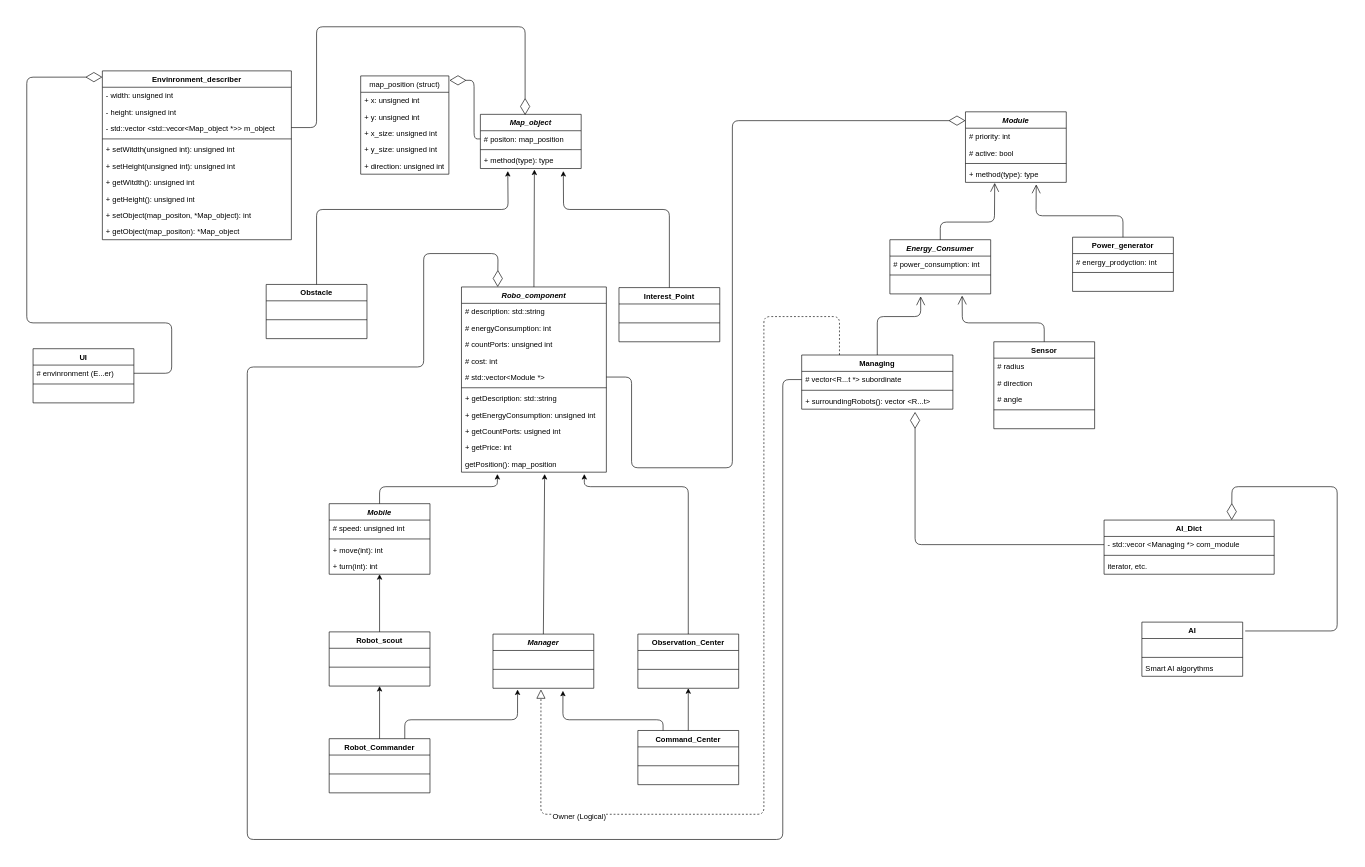
Above: etc/diagram.drawio in manturovDan/Mobile-Robots (draw.io), before the change. Source tidied: cells renumbered, new cells numbered last; positions are measured from the earlier drawing's top-left corner, leaving out a move shared by most shapes. Both pictures are drawn from the tidied source at 63%, with x=0, y=0 at pixel (26, 26).
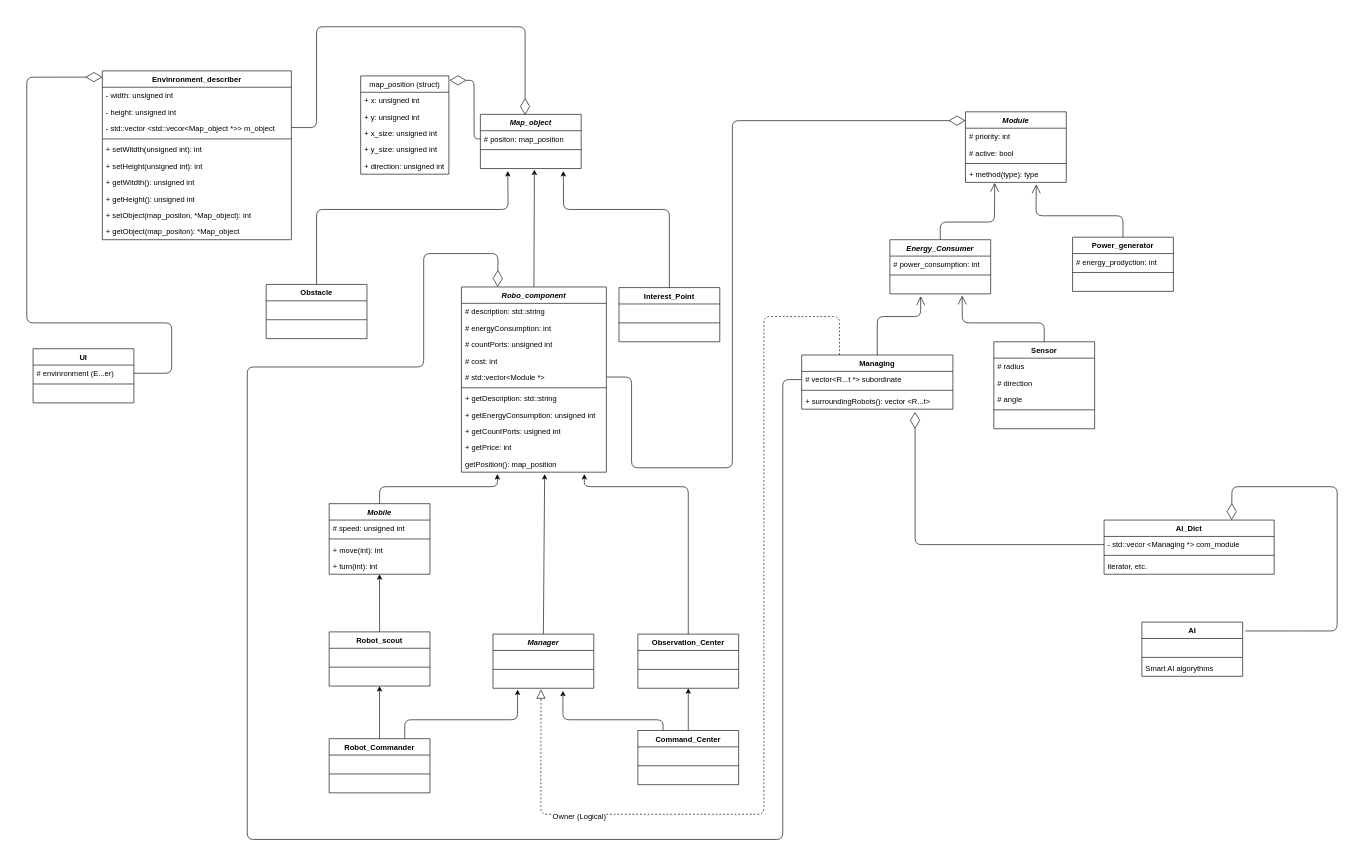
The same page after the edit.

Unchanged cells that the change refers to:
```xml
<mxCell id="2" value="Envinronment_describer" style="swimlane;fontStyle=1;align=center;verticalAlign=top;horizontal=1;startSize=26;" parent="1" vertex="1">
  <mxGeometry x="120" y="70" width="300" height="268" as="geometry" />
</mxCell>
<mxCell id="13" value="Map_object" style="swimlane;fontStyle=3;align=center;verticalAlign=top;horizontal=1;startSize=26;" parent="1" vertex="1">
  <mxGeometry x="720" y="139" width="160" height="86" as="geometry" />
</mxCell>
```

Diff of the diagram source:
```diff
@@
-    <mxCell id="7" value="+ setWitdth(unsigned int): unsigned int" style="text;strokeColor=none;fillColor=none;align=left;verticalAlign=top;spacingLeft=4;spacingRight=4;overflow=hidden;" parent="2" vertex="1">
+    <mxCell id="7" value="+ setWitdth(unsigned int): int" style="text;strokeColor=none;fillColor=none;align=left;verticalAlign=top;spacingLeft=4;spacingRight=4;overflow=hidden;" parent="2" vertex="1">
       <mxGeometry y="112" width="300" height="26" as="geometry" />
     </mxCell>
-    <mxCell id="8" value="+ setHeight(unsigned int): unsigned int" style="text;strokeColor=none;fillColor=none;align=left;verticalAlign=top;spacingLeft=4;spacingRight=4;overflow=hidden;" parent="2" vertex="1">
+    <mxCell id="8" value="+ setHeight(unsigned int): int" style="text;strokeColor=none;fillColor=none;align=left;verticalAlign=top;spacingLeft=4;spacingRight=4;overflow=hidden;" parent="2" vertex="1">
       <mxGeometry y="138" width="300" height="26" as="geometry" />
     </mxCell>
@@
-    <mxCell id="16" value="+ method(type): type" style="text;strokeColor=none;fillColor=none;align=left;verticalAlign=top;spacingLeft=4;spacingRight=4;overflow=hidden;points=[[0,0.5],[1,0.5]];portConstraint=eastwest;" parent="13" vertex="1">
+    <mxCell id="16" value=" " style="text;strokeColor=none;fillColor=none;align=left;verticalAlign=top;spacingLeft=4;spacingRight=4;overflow=hidden;points=[[0,0.5],[1,0.5]];portConstraint=eastwest;" parent="13" vertex="1">
       <mxGeometry y="60" width="160" height="26" as="geometry" />
     </mxCell>
```
